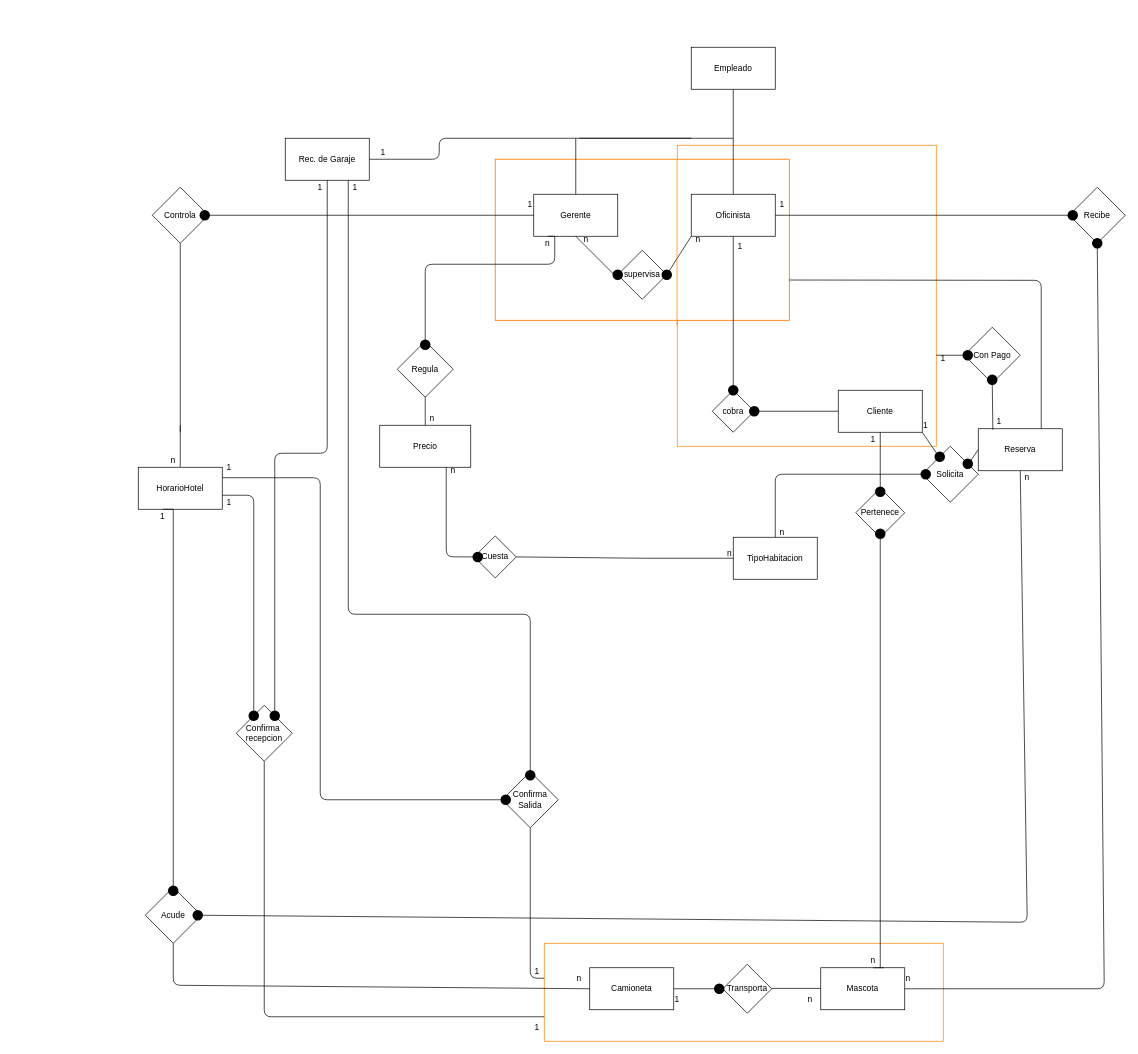
Earlier version of the draw.io diagram Mer 2808 v1.drawio (martinakarszensztejn/proyectomajime). Source tidied: cells renumbered, new cells numbered last; positions are measured from the earlier drawing's top-left corner, leaving out a move shared by most shapes. Both pictures are drawn from the tidied source at 70%, with x=0, y=0 at pixel (12, 47).
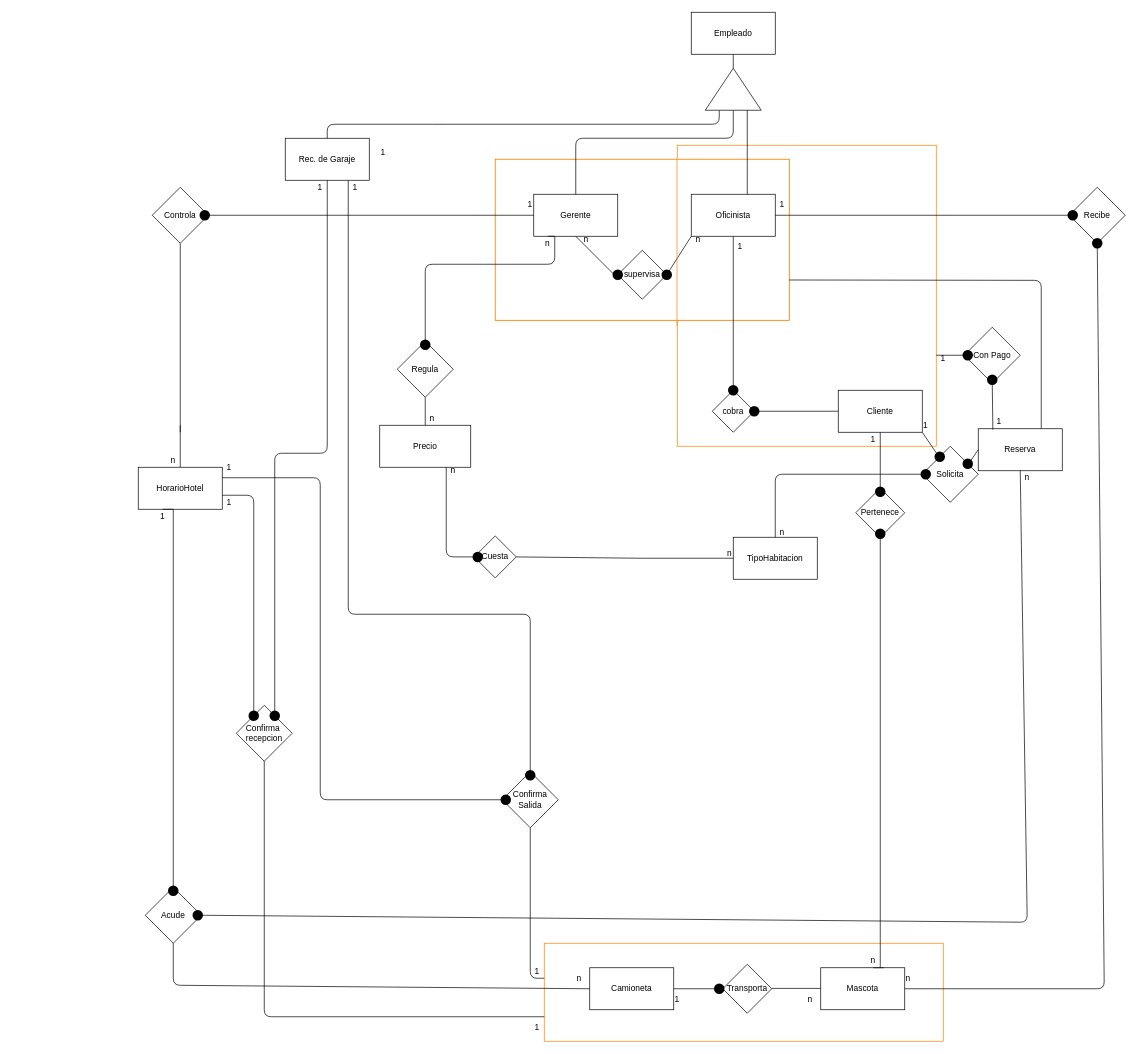
After the change.

The change refers to these unchanged cells:
```xml
<mxCell id="9" value="Gerente" style="rounded=0;whiteSpace=wrap;html=1;" parent="1" vertex="1">
  <mxGeometry x="745" y="210" width="120" height="60" as="geometry" />
</mxCell>
<mxCell id="12" value="Oficinista" style="rounded=0;whiteSpace=wrap;html=1;" parent="1" vertex="1">
  <mxGeometry x="970" y="210" width="120" height="60" as="geometry" />
</mxCell>
<mxCell id="16" value="Rec. de Garaje" style="rounded=0;whiteSpace=wrap;html=1;strokeColor=#000000;strokeWidth=1;fillColor=#FFFFFF;" parent="1" vertex="1">
  <mxGeometry x="390" y="130" width="120" height="60" as="geometry" />
</mxCell>
```

What changed in the source:
```diff
@@
     <mxCell id="7" value="Empleado" style="rounded=0;whiteSpace=wrap;html=1;" parent="1" vertex="1">
-      <mxGeometry x="970" width="120" height="60" as="geometry" />
+      <mxGeometry x="970" y="-50" width="120" height="60" as="geometry" />
     </mxCell>
@@
-    <mxCell id="15" style="endArrow=none;html=1;strokeColor=#000000;exitX=0.5;exitY=0;exitDx=0;exitDy=0;" parent="1" edge="1" source="9">
+    <mxCell id="15" style="endArrow=none;html=1;strokeColor=#000000;exitX=0.5;exitY=0;exitDx=0;exitDy=0;entryX=0;entryY=0.5;entryDx=0;entryDy=0;" parent="1" edge="1" source="9" target="133">
       <mxGeometry relative="1" as="geometry">
-        <mxPoint x="805" y="130" as="targetPoint" />
+        <Array as="points">
+          <mxPoint x="805" y="130" />
+          <mxPoint x="1030" y="130" />
+        </Array>
       </mxGeometry>
     </mxCell>
@@
-    <mxCell id="17" style="endArrow=none;html=1;strokeColor=#000000;exitX=1;exitY=0.5;exitDx=0;exitDy=0;" parent="1" edge="1" source="16">
+    <mxCell id="17" style="endArrow=none;html=1;strokeColor=#000000;exitX=0.5;exitY=0;exitDx=0;exitDy=0;entryX=0;entryY=0.25;entryDx=0;entryDy=0;" parent="1" edge="1" source="16" target="133">
       <mxGeometry relative="1" as="geometry">
-        <mxPoint x="1030" y="130" as="targetPoint" />
         <Array as="points">
-          <mxPoint x="610" y="160" />
-          <mxPoint x="610" y="130" />
+          <mxPoint x="450" y="110" />
+          <mxPoint x="610" y="110" />
+          <mxPoint x="1010" y="110" />
         </Array>
       </mxGeometry>
     </mxCell>
@@
-    <mxCell id="61" style="group;" parent="1" vertex="1">
-      <mxGeometry x="810" y="130" width="160" as="geometry" />
-    </mxCell>
-    <mxCell id="62" style="endArrow=none;html=1;strokeColor=#000000;" parent="61" edge="1">
-      <mxGeometry relative="1" as="geometry">
-        <mxPoint as="sourcePoint" />
-        <mxPoint x="160" as="targetPoint" />
-      </mxGeometry>
-    </mxCell>
-    <mxCell id="63" style="endArrow=none;html=1;exitX=0.5;exitY=0;exitDx=0;exitDy=0;entryX=0.5;entryY=1;entryDx=0;entryDy=0;" parent="61" edge="1" source="12" target="7">
-      <mxGeometry relative="1" as="geometry" />
-    </mxCell>
@@
+    <mxCell id="133" style="triangle;whiteSpace=wrap;html=1;rotation=-90;" parent="1" vertex="1">
+      <mxGeometry x="1000" y="20" width="60" height="80" as="geometry" />
+    </mxCell>
+    <mxCell id="134" style="endArrow=none;html=1;exitX=0;exitY=0.75;exitDx=0;exitDy=0;entryX=0.667;entryY=0;entryDx=0;entryDy=0;entryPerimeter=0;" parent="1" edge="1" source="133" target="12">
+      <mxGeometry relative="1" as="geometry" />
+    </mxCell>
+    <mxCell id="135" style="endArrow=none;html=1;entryX=1;entryY=0.5;entryDx=0;entryDy=0;exitX=0.5;exitY=1;exitDx=0;exitDy=0;" parent="1" edge="1" source="7" target="133">
+      <mxGeometry relative="1" as="geometry" />
+    </mxCell>
```
